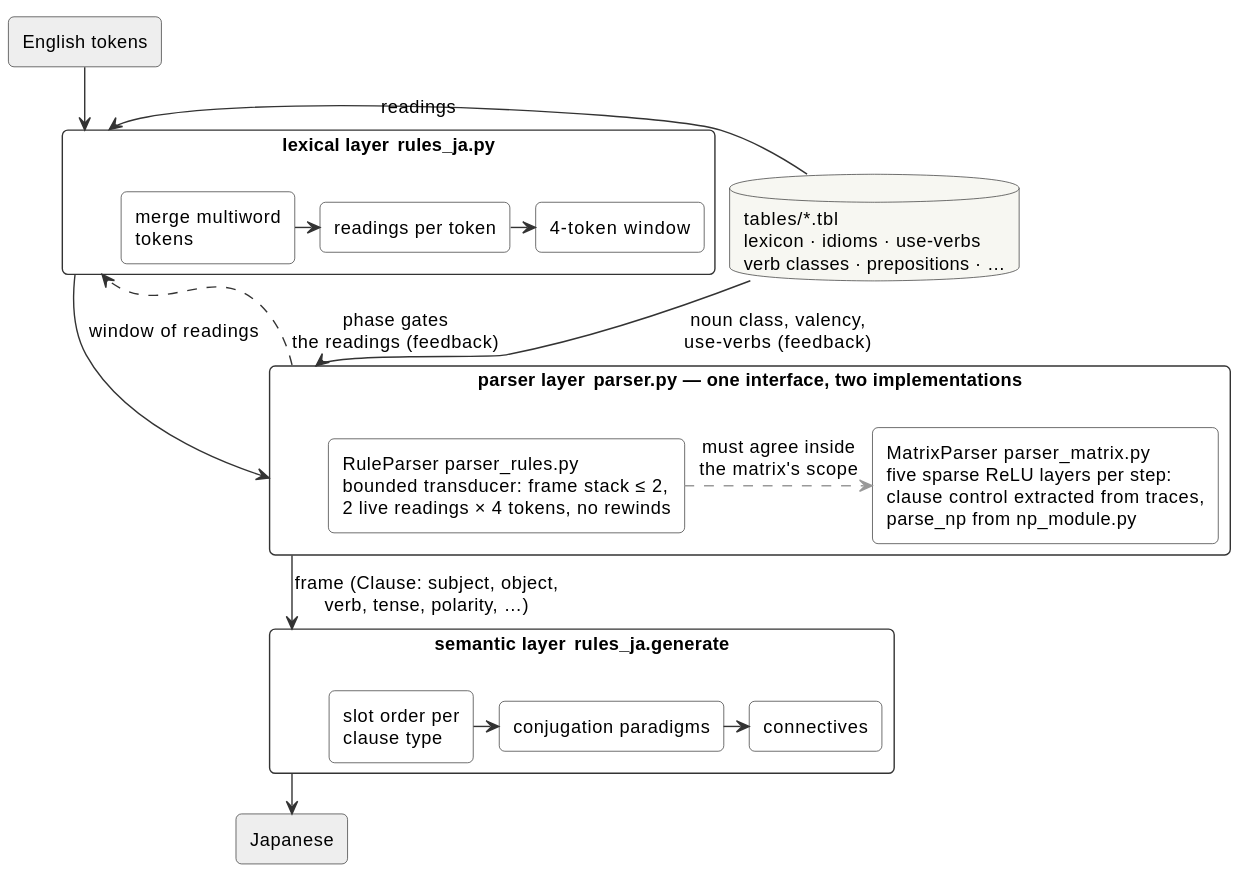
liuzix/RNNTranslator keeps this PlantUML diagram as docs/architecture.svg. Above is the earlier version.
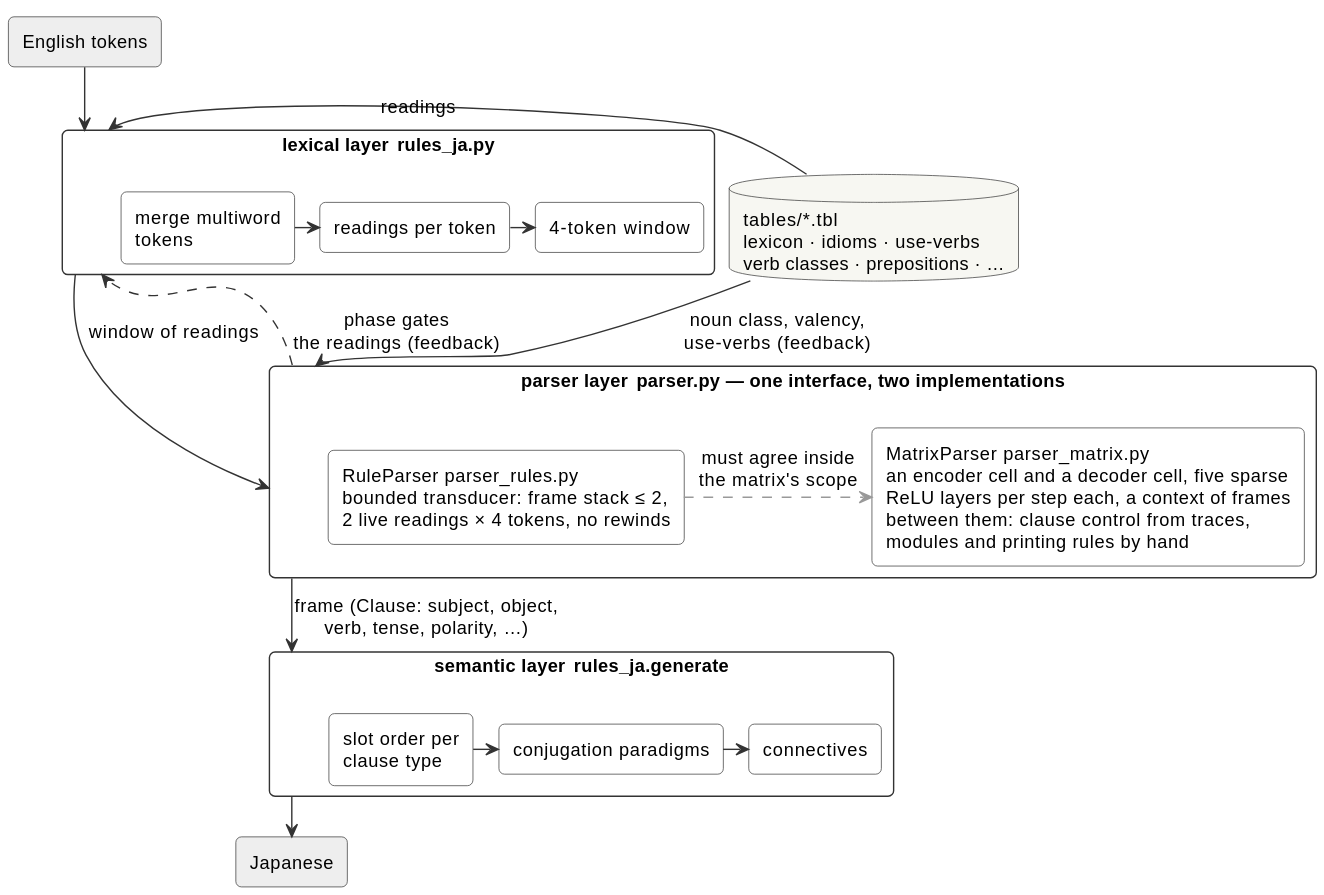
After the change.

What changed in the source:
```diff
@@ -27,7 +27,7 @@
 
 rectangle "**parser layer**  parser.py — one interface, two implementations" as PARSE {
   rectangle "RuleParser  parser_rules.py\nbounded transducer: frame stack ≤ 2,\n2 live readings × 4 tokens, no rewinds" as RP
-  rectangle "MatrixParser  parser_matrix.py\nfive sparse ReLU layers per step:\nclause control extracted from traces,\nparse_np from np_module.py" as MP
+  rectangle "MatrixParser  parser_matrix.py\nan encoder cell and a decoder cell, five sparse\nReLU layers per step each, a context of frames\nbetween them: clause control from traces,\nmodules and printing rules by hand" as MP
   RP -right[#999999,dashed]-> MP : must agree inside\nthe matrix's scope
 }
 
```
